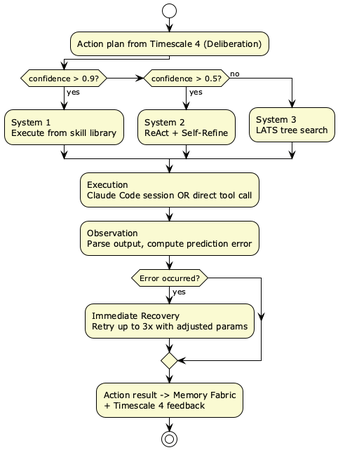
Before: diagrams/04-execution-data-flow.png, a diagram exported from PlantUML (mrrobotke/claudedev).
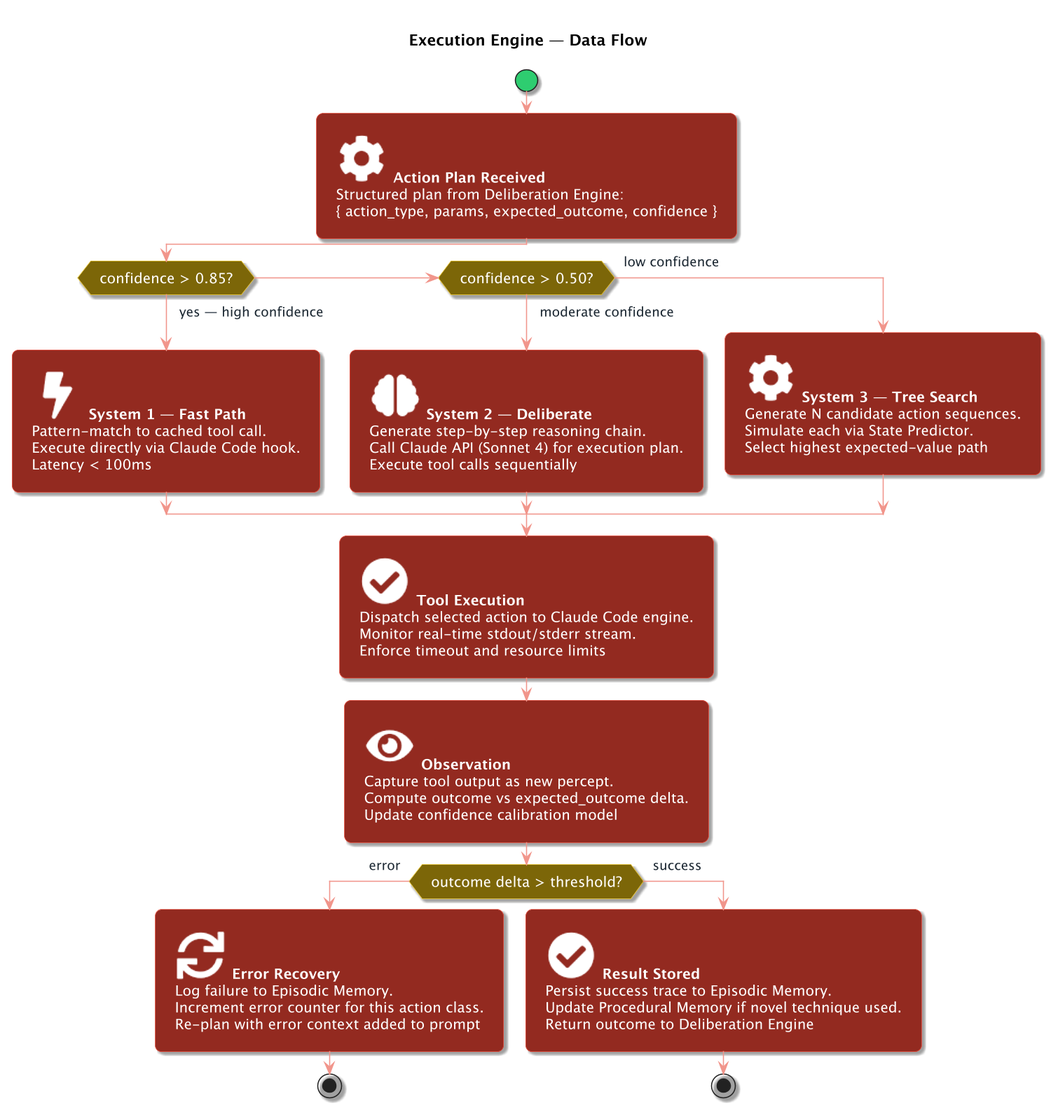
The same file after the commit.

What changed in the source:
```diff
@@ -1,34 +1,77 @@
 @startuml
-!theme plain
-skinparam backgroundColor #FFFFFF
-skinparam activityBackgroundColor #LightGoldenRodYellow
+!define ICONS /Users/iworldafric/dev/diagrams/plantuml-stdlib/stdlib/tupadr3
+!include ICONS/font-awesome-5/bolt.puml
+!include ICONS/font-awesome-5/brain.puml
+!include ICONS/font-awesome-5/cog.puml
+!include ICONS/font-awesome-5/check_circle.puml
+!include ICONS/font-awesome-5/eye.puml
+!include ICONS/font-awesome-5/sync.puml
+!include ICONS/common.puml
+
+skinparam dpi 150
+skinparam defaultFontName "Segoe UI"
+skinparam defaultFontSize 12
+skinparam ActivityBackgroundColor #922B21
+skinparam ActivityBorderColor #E74C3C
+skinparam ActivityFontColor #FFFFFF
+skinparam ActivityFontSize 13
+skinparam ActivityArrowColor #F1948A
+skinparam ActivityArrowFontColor #1C2833
+skinparam ActivityDiamondBackgroundColor #7D6608
+skinparam ActivityDiamondBorderColor #F4D03F
+skinparam ActivityDiamondFontColor #FFFFFF
+skinparam ActivityStartColor #2ECC71
+skinparam ActivityEndColor #E74C3C
+skinparam shadowing true
+skinparam RoundCorner 12
+skinparam Padding 8
+
+title Execution Engine — Data Flow
 
 start
-:Action plan from Timescale 4 (Deliberation);
 
-if (confidence > 0.9?) then (yes)
-  :System 1
-  Execute from skill library;
-elseif (confidence > 0.5?) then (yes)
-  :System 2
-  ReAct + Self-Refine;
-else (no)
-  :System 3
-  LATS tree search;
+:<$cog> **Action Plan Received**
+Structured plan from Deliberation Engine:
+{ action_type, params, expected_outcome, confidence };
+
+if (confidence > 0.85?) then (yes — high confidence)
+  :<$bolt> **System 1 — Fast Path**
+  Pattern-match to cached tool call.
+  Execute directly via Claude Code hook.
+  Latency < 100ms;
+elseif (confidence > 0.50?) then (moderate confidence)
+  :<$brain> **System 2 — Deliberate**
+  Generate step-by-step reasoning chain.
+  Call Claude API (Sonnet 4) for execution plan.
+  Execute tool calls sequentially;
+else (low confidence)
+  :<$cog> **System 3 — Tree Search**
+  Generate N candidate action sequences.
+  Simulate each via State Predictor.
+  Select highest expected-value path;
 endif
 
-:Execution
-Claude Code session OR direct tool call;
-:Observation
-Parse output, compute prediction error;
+:<$check_circle> **Tool Execution**
+Dispatch selected action to Claude Code engine.
+Monitor real-time stdout/stderr stream.
+Enforce timeout and resource limits;
 
-if (Error occurred?) then (yes)
-  :Immediate Recovery
-  Retry up to 3x with adjusted params;
+:<$eye> **Observation**
+Capture tool output as new percept.
+Compute outcome vs expected_outcome delta.
+Update confidence calibration model;
+
+if (outcome delta > threshold?) then (error)
+  :<$sync> **Error Recovery**
+  Log failure to Episodic Memory.
+  Increment error counter for this action class.
+  Re-plan with error context added to prompt;
+  stop
+else (success)
+  :<$check_circle> **Result Stored**
+  Persist success trace to Episodic Memory.
+  Update Procedural Memory if novel technique used.
+  Return outcome to Deliberation Engine;
+  stop
 endif
-
-:Action result -> Memory Fabric
-+ Timescale 4 feedback;
-stop
-
 @enduml
```
